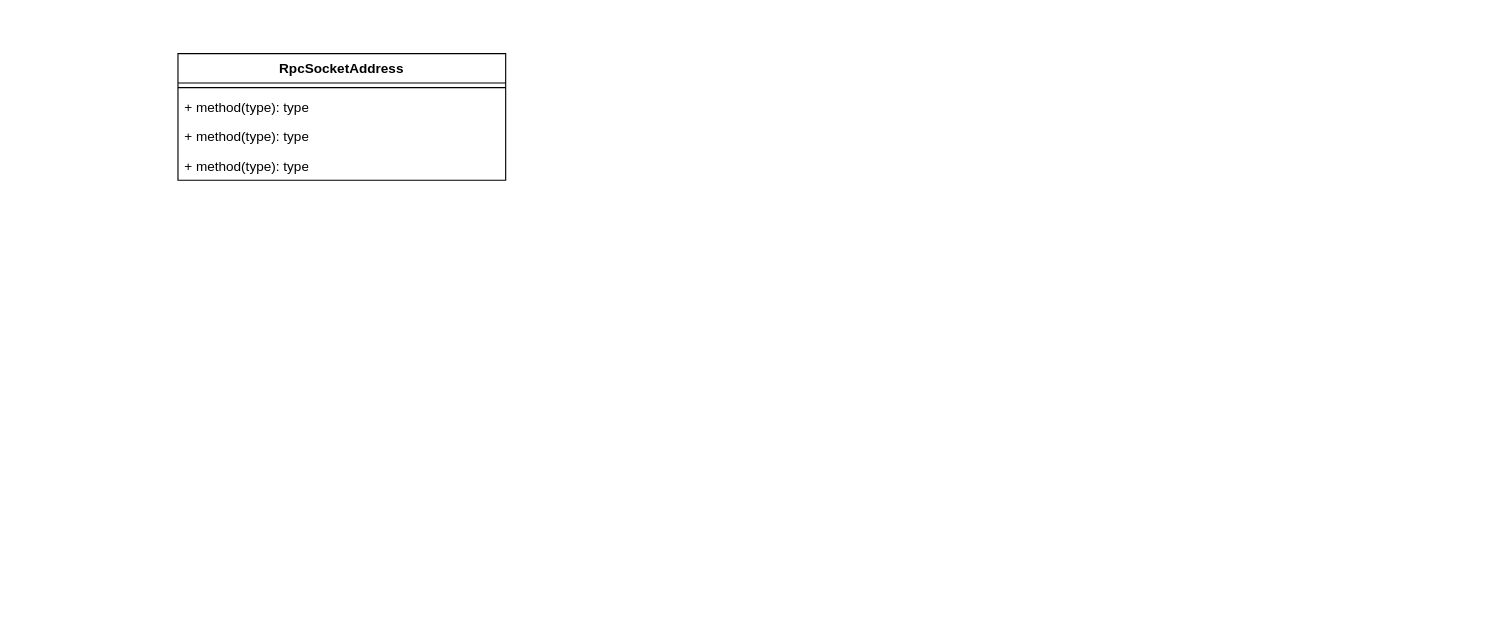
Above: 未命名绘图.drawio in RyanHuen/NotionStoredData (draw.io), before the change. Source tidied: cells renumbered, new cells numbered last; positions are measured from the earlier drawing's top-left corner, leaving out a move shared by most shapes. Both pictures are drawn from the tidied source at 113%, with x=0, y=0 at pixel (177, 53).
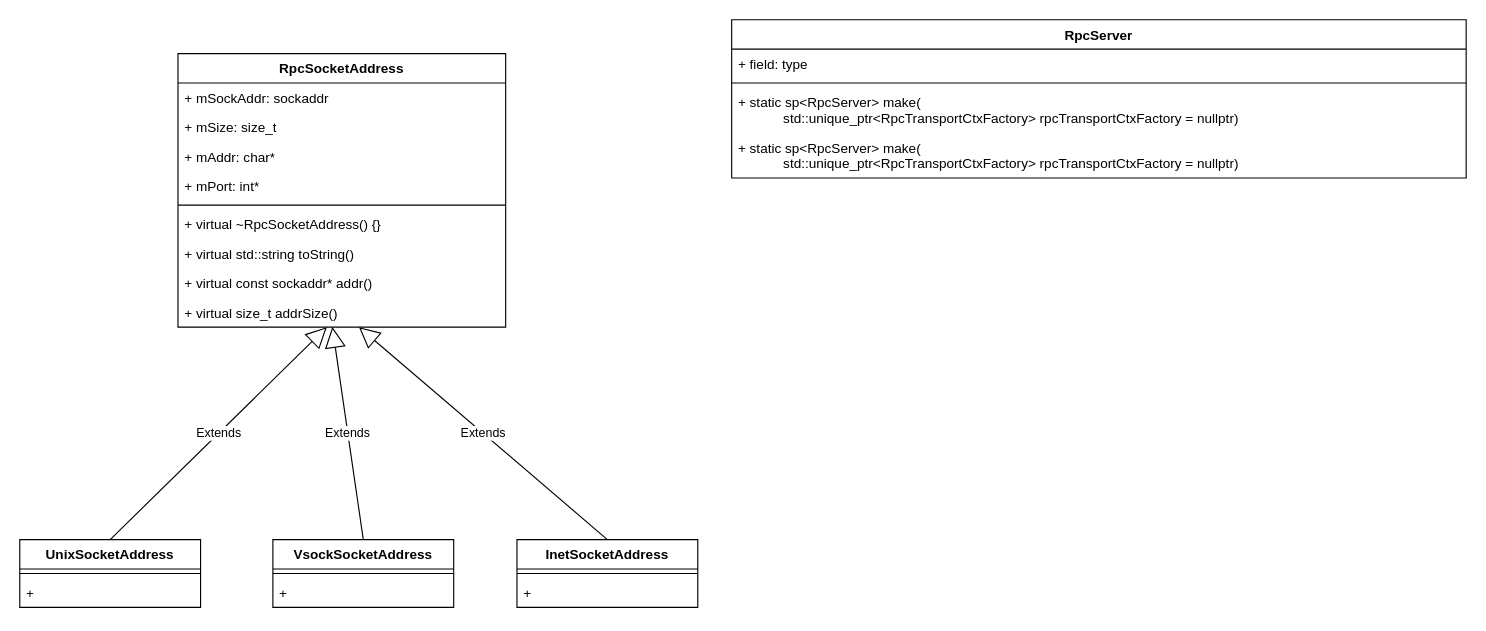
After the change.

Commit message (it also covers changes not shown here):
更新未命名绘图.drawio

What changed in the source:
```diff
@@
     <mxCell id="2" value="&lt;b style=&quot;border-color: var(--border-color);&quot;&gt;RpcSocketAddress&lt;/b&gt;" style="swimlane;fontStyle=1;align=center;verticalAlign=top;horizontal=1;startSize=26;whiteSpace=wrap;html=1;" parent="1" vertex="1">
-      <mxGeometry width="290" height="112" as="geometry" />
+      <mxGeometry width="290" height="242" as="geometry" />
     </mxCell>
+    <mxCell id="7" value="&lt;div&gt;&lt;span style=&quot;background-color: initial;&quot;&gt;+ mSockAddr&lt;/span&gt;&lt;span style=&quot;background-color: initial;&quot;&gt;: sockaddr&lt;/span&gt;&lt;/div&gt;" style="text;strokeColor=none;fillColor=none;align=left;verticalAlign=top;spacingLeft=4;spacingRight=4;overflow=hidden;whiteSpace=wrap;html=1;" parent="2" vertex="1">
+      <mxGeometry y="26" width="290" height="26" as="geometry" />
+    </mxCell>
+    <mxCell id="8" value="&lt;div&gt;&lt;span style=&quot;background-color: initial;&quot;&gt;+ mSize&lt;/span&gt;&lt;span style=&quot;background-color: initial;&quot;&gt;: size_t&lt;/span&gt;&lt;/div&gt;" style="text;strokeColor=none;fillColor=none;align=left;verticalAlign=top;spacingLeft=4;spacingRight=4;overflow=hidden;whiteSpace=wrap;html=1;" parent="2" vertex="1">
+      <mxGeometry y="52" width="290" height="26" as="geometry" />
+    </mxCell>
+    <mxCell id="9" value="&lt;div&gt;&lt;span style=&quot;background-color: initial;&quot;&gt;+ mAddr&lt;/span&gt;&lt;span style=&quot;background-color: initial;&quot;&gt;: char*&lt;/span&gt;&lt;/div&gt;" style="text;strokeColor=none;fillColor=none;align=left;verticalAlign=top;spacingLeft=4;spacingRight=4;overflow=hidden;whiteSpace=wrap;html=1;" parent="2" vertex="1">
+      <mxGeometry y="78" width="290" height="26" as="geometry" />
+    </mxCell>
+    <mxCell id="10" value="&lt;div&gt;&lt;span style=&quot;background-color: initial;&quot;&gt;+ mPort&lt;/span&gt;&lt;span style=&quot;background-color: initial;&quot;&gt;: int&lt;/span&gt;&lt;span style=&quot;background-color: initial;&quot;&gt;*&lt;/span&gt;&lt;/div&gt;" style="text;strokeColor=none;fillColor=none;align=left;verticalAlign=top;spacingLeft=4;spacingRight=4;overflow=hidden;whiteSpace=wrap;html=1;" parent="2" vertex="1">
+      <mxGeometry y="104" width="290" height="26" as="geometry" />
+    </mxCell>
     <mxCell id="3" style="line;strokeWidth=1;fillColor=none;align=left;verticalAlign=middle;spacingTop=-1;spacingLeft=3;spacingRight=3;labelPosition=right;strokeColor=inherit;" parent="2" vertex="1">
-      <mxGeometry y="26" width="290" height="8" as="geometry" />
+      <mxGeometry y="130" width="290" height="8" as="geometry" />
     </mxCell>
-    <mxCell id="4" value="+ method(type): type" style="text;strokeColor=none;fillColor=none;align=left;verticalAlign=top;spacingLeft=4;spacingRight=4;overflow=hidden;whiteSpace=wrap;html=1;" parent="2" vertex="1">
-      <mxGeometry y="34" width="290" height="26" as="geometry" />
+    <mxCell id="4" value="+ virtual ~RpcSocketAddress() {}" style="text;strokeColor=none;fillColor=none;align=left;verticalAlign=top;spacingLeft=4;spacingRight=4;overflow=hidden;whiteSpace=wrap;html=1;" parent="2" vertex="1">
+      <mxGeometry y="138" width="290" height="26" as="geometry" />
     </mxCell>
-    <mxCell id="5" value="+ method(type): type" style="text;strokeColor=none;fillColor=none;align=left;verticalAlign=top;spacingLeft=4;spacingRight=4;overflow=hidden;whiteSpace=wrap;html=1;" parent="2" vertex="1">
-      <mxGeometry y="60" width="290" height="26" as="geometry" />
+    <mxCell id="5" value="+&amp;nbsp;virtual std::string toString()" style="text;strokeColor=none;fillColor=none;align=left;verticalAlign=top;spacingLeft=4;spacingRight=4;overflow=hidden;whiteSpace=wrap;html=1;" parent="2" vertex="1">
+      <mxGeometry y="164" width="290" height="26" as="geometry" />
     </mxCell>
-    <mxCell id="6" value="+ method(type): type" style="text;strokeColor=none;fillColor=none;align=left;verticalAlign=top;spacingLeft=4;spacingRight=4;overflow=hidden;whiteSpace=wrap;html=1;" parent="2" vertex="1">
-      <mxGeometry y="86" width="290" height="26" as="geometry" />
+    <mxCell id="6" value="+ virtual const sockaddr* addr()" style="text;strokeColor=none;fillColor=none;align=left;verticalAlign=top;spacingLeft=4;spacingRight=4;overflow=hidden;whiteSpace=wrap;html=1;" parent="2" vertex="1">
+      <mxGeometry y="190" width="290" height="26" as="geometry" />
     </mxCell>
+    <mxCell id="11" value="+ virtual size_t addrSize()" style="text;strokeColor=none;fillColor=none;align=left;verticalAlign=top;spacingLeft=4;spacingRight=4;overflow=hidden;points=[[0,0.5],[1,0.5]];portConstraint=eastwest;whiteSpace=wrap;html=1;" parent="2" vertex="1">
+      <mxGeometry y="216" width="290" height="26" as="geometry" />
+    </mxCell>
+    <mxCell id="12" value="UnixSocketAddress" style="swimlane;fontStyle=1;align=center;verticalAlign=top;horizontal=1;startSize=26;whiteSpace=wrap;html=1;" parent="1" vertex="1">
+      <mxGeometry x="-140" y="430" width="160" height="60" as="geometry" />
+    </mxCell>
+    <mxCell id="13" style="line;strokeWidth=1;fillColor=none;align=left;verticalAlign=middle;spacingTop=-1;spacingLeft=3;spacingRight=3;labelPosition=right;strokeColor=inherit;" parent="12" vertex="1">
+      <mxGeometry y="26" width="160" height="8" as="geometry" />
+    </mxCell>
+    <mxCell id="14" value="+&amp;nbsp;" style="text;strokeColor=none;fillColor=none;align=left;verticalAlign=top;spacingLeft=4;spacingRight=4;overflow=hidden;whiteSpace=wrap;html=1;" parent="12" vertex="1">
+      <mxGeometry y="34" width="160" height="26" as="geometry" />
+    </mxCell>
+    <mxCell id="15" value="Extends" style="endArrow=block;endSize=16;endFill=0;html=1;rounded=0;exitX=0.5;exitY=0;exitDx=0;exitDy=0;" parent="1" edge="1" source="12" target="11">
+      <mxGeometry relative="1" as="geometry" />
+    </mxCell>
+    <mxCell id="16" value="VsockSocketAddress" style="swimlane;fontStyle=1;align=center;verticalAlign=top;horizontal=1;startSize=26;whiteSpace=wrap;html=1;" parent="1" vertex="1">
+      <mxGeometry x="84" y="430" width="160" height="60" as="geometry" />
+    </mxCell>
+    <mxCell id="17" style="line;strokeWidth=1;fillColor=none;align=left;verticalAlign=middle;spacingTop=-1;spacingLeft=3;spacingRight=3;labelPosition=right;strokeColor=inherit;" parent="16" vertex="1">
+      <mxGeometry y="26" width="160" height="8" as="geometry" />
+    </mxCell>
+    <mxCell id="18" value="+&amp;nbsp;" style="text;strokeColor=none;fillColor=none;align=left;verticalAlign=top;spacingLeft=4;spacingRight=4;overflow=hidden;whiteSpace=wrap;html=1;" parent="16" vertex="1">
+      <mxGeometry y="34" width="160" height="26" as="geometry" />
+    </mxCell>
+    <mxCell id="19" value="&lt;div&gt;InetSocketAddress&lt;/div&gt;" style="swimlane;fontStyle=1;align=center;verticalAlign=top;horizontal=1;startSize=26;whiteSpace=wrap;html=1;" parent="1" vertex="1">
+      <mxGeometry x="300" y="430" width="160" height="60" as="geometry" />
+    </mxCell>
+    <mxCell id="20" style="line;strokeWidth=1;fillColor=none;align=left;verticalAlign=middle;spacingTop=-1;spacingLeft=3;spacingRight=3;labelPosition=right;strokeColor=inherit;" parent="19" vertex="1">
+      <mxGeometry y="26" width="160" height="8" as="geometry" />
+    </mxCell>
+    <mxCell id="21" value="+&amp;nbsp;" style="text;strokeColor=none;fillColor=none;align=left;verticalAlign=top;spacingLeft=4;spacingRight=4;overflow=hidden;whiteSpace=wrap;html=1;" parent="19" vertex="1">
+      <mxGeometry y="34" width="160" height="26" as="geometry" />
+    </mxCell>
+    <mxCell id="22" value="Extends" style="endArrow=block;endSize=16;endFill=0;html=1;rounded=0;exitX=0.5;exitY=0;exitDx=0;exitDy=0;" parent="1" edge="1" source="19" target="11">
+      <mxGeometry relative="1" as="geometry" />
+    </mxCell>
+    <mxCell id="23" value="Extends" style="endArrow=block;endSize=16;endFill=0;html=1;rounded=0;exitX=0.5;exitY=0;exitDx=0;exitDy=0;entryX=0.471;entryY=0.991;entryDx=0;entryDy=0;entryPerimeter=0;" parent="1" edge="1" source="16" target="11">
+      <mxGeometry relative="1" as="geometry" />
+    </mxCell>
+    <mxCell id="24" value="RpcServer" style="swimlane;fontStyle=1;align=center;verticalAlign=top;horizontal=1;startSize=26;whiteSpace=wrap;html=1;" parent="1" vertex="1">
+      <mxGeometry x="490" y="-30" width="650" height="140" as="geometry" />
+    </mxCell>
+    <mxCell id="25" value="+ field: type" style="text;strokeColor=none;fillColor=none;align=left;verticalAlign=top;spacingLeft=4;spacingRight=4;overflow=hidden;whiteSpace=wrap;html=1;" parent="24" vertex="1">
+      <mxGeometry y="26" width="650" height="26" as="geometry" />
+    </mxCell>
+    <mxCell id="26" style="line;strokeWidth=1;fillColor=none;align=left;verticalAlign=middle;spacingTop=-1;spacingLeft=3;spacingRight=3;labelPosition=right;strokeColor=inherit;" parent="24" vertex="1">
+      <mxGeometry y="52" width="650" height="8" as="geometry" />
+    </mxCell>
+    <mxCell id="27" value="+&amp;nbsp;&lt;span style=&quot;background-color: initial;&quot;&gt;static sp&amp;lt;RpcServer&amp;gt; make(&lt;/span&gt;&lt;div&gt;&amp;nbsp; &amp;nbsp; &amp;nbsp; &amp;nbsp; &amp;nbsp; &amp;nbsp; std::unique_ptr&amp;lt;RpcTransportCtxFactory&amp;gt; rpcTransportCtxFactory = nullptr)&lt;/div&gt;" style="text;strokeColor=none;fillColor=none;align=left;verticalAlign=top;spacingLeft=4;spacingRight=4;overflow=hidden;whiteSpace=wrap;html=1;" parent="24" vertex="1">
+      <mxGeometry y="60" width="650" height="40" as="geometry" />
+    </mxCell>
+    <mxCell id="28" value="+&amp;nbsp;&lt;span style=&quot;background-color: initial;&quot;&gt;static sp&amp;lt;RpcServer&amp;gt; make(&lt;/span&gt;&lt;div&gt;&amp;nbsp; &amp;nbsp; &amp;nbsp; &amp;nbsp; &amp;nbsp; &amp;nbsp; std::unique_ptr&amp;lt;RpcTransportCtxFactory&amp;gt; rpcTransportCtxFactory = nullptr)&lt;/div&gt;" style="text;strokeColor=none;fillColor=none;align=left;verticalAlign=top;spacingLeft=4;spacingRight=4;overflow=hidden;whiteSpace=wrap;html=1;" parent="24" vertex="1">
+      <mxGeometry y="100" width="650" height="40" as="geometry" />
+    </mxCell>
```
